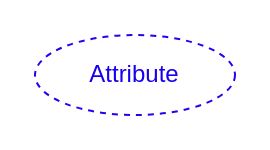
This is laboration1.drawio from Zeydz/laboration1, a draw.io file, before an edit. Source tidied: cells renumbered, new cells numbered last; positions are measured from the earlier drawing's top-left corner, leaving out a move shared by most shapes. Both pictures are drawn from the tidied source at 200%, with x=0, y=0 at pixel (34, 34).
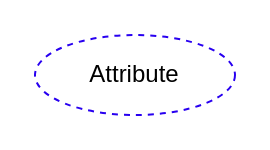
The same diagram, later.

Commit message:
Snart klar

The edit, as a diff of the source:
```diff
@@
 <mxGraphModel background="#FFFFFF">
   <root>
     <mxCell id="0" />
     <mxCell id="1" parent="0" />
-    <mxCell id="2" value="&lt;font color=&quot;#1800f0&quot;&gt;Attribute&lt;/font&gt;" style="ellipse;whiteSpace=wrap;html=1;align=center;dashed=1;fillColor=none;strokeColor=#2800F0;" parent="1" vertex="1">
+    <mxCell id="2" value="Attribute" style="ellipse;whiteSpace=wrap;html=1;align=center;dashed=1;fillColor=none;strokeColor=#2800F0;" parent="1" vertex="1">
       <mxGeometry width="100" height="40" as="geometry" />
     </mxCell>
   </root>
 </mxGraphModel>
```
